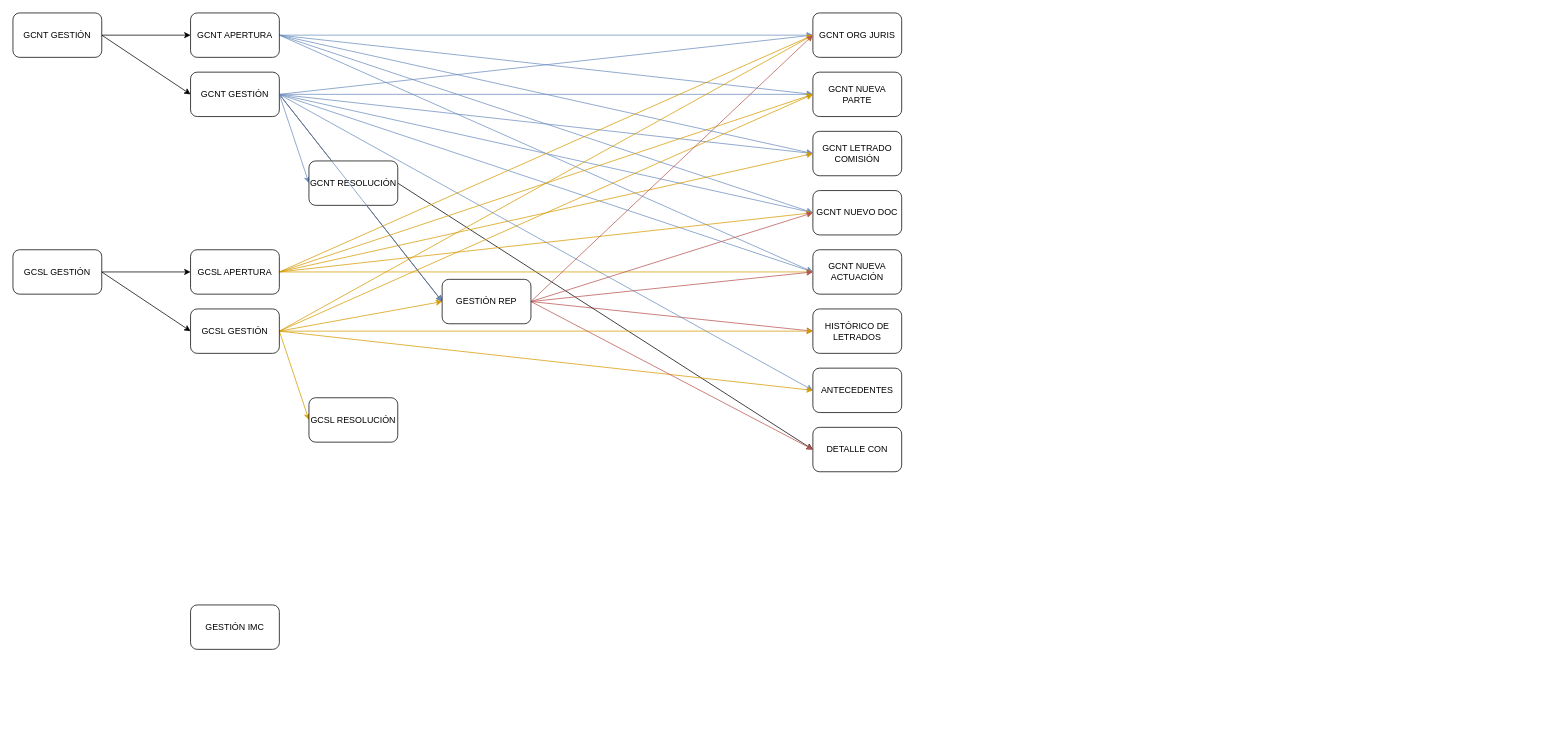
rlop666/diagramas keeps this draw.io diagram as mierdas.drawio. Above is the earlier version. Source tidied: cells renumbered, new cells numbered last; positions are measured from the earlier drawing's top-left corner, leaving out a move shared by most shapes. Both pictures are drawn from the tidied source at 74%, with x=0, y=0 at pixel (13, 13).
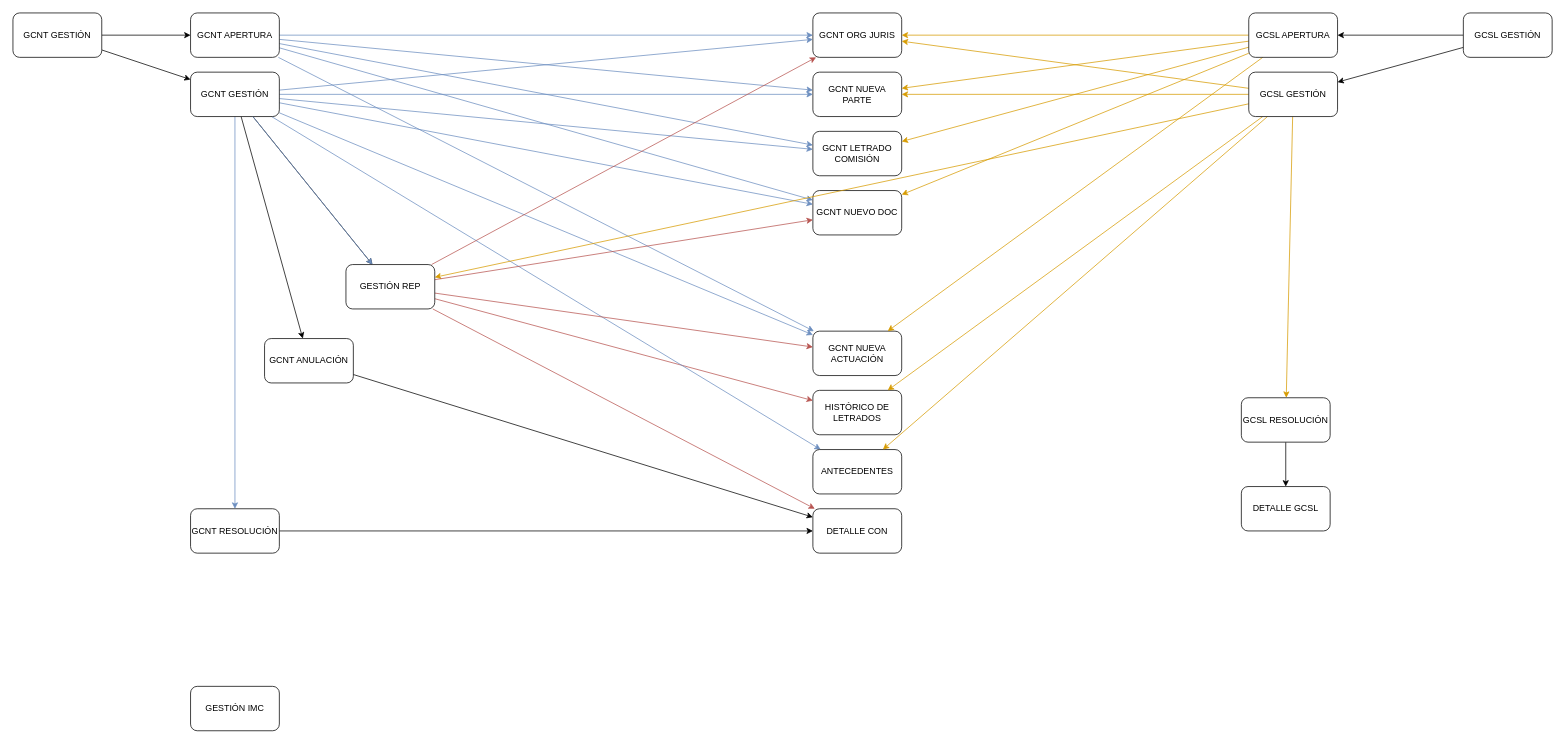
After the change.

The change refers to these unchanged cells:
```xml
<mxCell id="5" value="GCNT GESTIÓN" style="rounded=1;whiteSpace=wrap;html=1;" parent="1" vertex="1">
  <mxGeometry width="120" height="60" as="geometry" />
</mxCell>
<mxCell id="11" value="GCNT APERTURA" style="rounded=1;whiteSpace=wrap;html=1;" parent="1" vertex="1">
  <mxGeometry x="240" width="120" height="60" as="geometry" />
</mxCell>
<mxCell id="12" value="GCNT NUEVA PARTE" style="rounded=1;whiteSpace=wrap;html=1;" parent="1" vertex="1">
  <mxGeometry x="1081" y="80" width="120" height="60" as="geometry" />
</mxCell>
<mxCell id="13" value="GCNT ORG JURIS" style="rounded=1;whiteSpace=wrap;html=1;" parent="1" vertex="1">
  <mxGeometry x="1081" width="120" height="60" as="geometry" />
</mxCell>
<mxCell id="14" value="GCNT LETRADO COMISIÓN" style="rounded=1;whiteSpace=wrap;html=1;" parent="1" vertex="1">
  <mxGeometry x="1081" y="160" width="120" height="60" as="geometry" />
</mxCell>
<mxCell id="15" value="GCNT NUEVO DOC" style="rounded=1;whiteSpace=wrap;html=1;" parent="1" vertex="1">
  <mxGeometry x="1081" y="240" width="120" height="60" as="geometry" />
</mxCell>
<mxCell id="25" value="GCNT GESTIÓN" style="rounded=1;whiteSpace=wrap;html=1;" parent="1" vertex="1">
  <mxGeometry x="240" y="80" width="120" height="60" as="geometry" />
</mxCell>
```

Change to the diagram source:
```diff
@@
-    <mxCell id="2" style="rounded=0;jettySize=auto;html=1;entryX=0;entryY=0.5;entryDx=0;entryDy=0;exitX=1;exitY=0.5;exitDx=0;exitDy=0;" parent="1" edge="1" source="5" target="11">
+    <mxCell id="2" style="rounded=0;jettySize=auto;html=1;" parent="1" edge="1" source="5" target="11">
       <mxGeometry relative="1" as="geometry" />
     </mxCell>
-    <mxCell id="3" style="rounded=0;jettySize=auto;html=1;entryX=0;entryY=0.5;entryDx=0;entryDy=0;exitX=1;exitY=0.5;exitDx=0;exitDy=0;" parent="1" edge="1" source="5" target="25">
+    <mxCell id="3" style="rounded=0;jettySize=auto;html=1;" parent="1" edge="1" source="5" target="25">
       <mxGeometry relative="1" as="geometry" />
     </mxCell>
-    <mxCell id="4" style="rounded=0;jettySize=auto;html=1;exitX=1;exitY=0.5;exitDx=0;exitDy=0;entryX=0;entryY=0.5;entryDx=0;entryDy=0;" parent="1" edge="1" source="25" target="54">
+    <mxCell id="4" style="rounded=0;jettySize=auto;html=1;" parent="1" edge="1" source="25" target="54">
       <mxGeometry relative="1" as="geometry" />
     </mxCell>
@@
-    <mxCell id="6" style="rounded=0;jettySize=auto;html=1;entryX=0;entryY=0.5;entryDx=0;entryDy=0;exitX=1;exitY=0.5;exitDx=0;exitDy=0;fillColor=#dae8fc;strokeColor=#6c8ebf;" parent="1" edge="1" source="11" target="13">
+    <mxCell id="6" style="rounded=0;jettySize=auto;html=1;fillColor=#dae8fc;strokeColor=#6c8ebf;" parent="1" edge="1" source="11" target="13">
       <mxGeometry relative="1" as="geometry" />
     </mxCell>
-    <mxCell id="7" style="rounded=0;jettySize=auto;html=1;entryX=0;entryY=0.5;entryDx=0;entryDy=0;exitX=1;exitY=0.5;exitDx=0;exitDy=0;fillColor=#dae8fc;strokeColor=#6c8ebf;" parent="1" edge="1" source="11" target="12">
+    <mxCell id="7" style="rounded=0;jettySize=auto;html=1;fillColor=#dae8fc;strokeColor=#6c8ebf;" parent="1" edge="1" source="11" target="12">
       <mxGeometry relative="1" as="geometry" />
     </mxCell>
-    <mxCell id="8" style="rounded=0;jettySize=auto;html=1;entryX=0;entryY=0.5;entryDx=0;entryDy=0;exitX=1;exitY=0.5;exitDx=0;exitDy=0;fillColor=#dae8fc;strokeColor=#6c8ebf;" parent="1" edge="1" source="11" target="14">
+    <mxCell id="8" style="rounded=0;jettySize=auto;html=1;fillColor=#dae8fc;strokeColor=#6c8ebf;" parent="1" edge="1" source="11" target="14">
       <mxGeometry relative="1" as="geometry" />
     </mxCell>
-    <mxCell id="9" style="rounded=0;jettySize=auto;html=1;entryX=0;entryY=0.5;entryDx=0;entryDy=0;exitX=1;exitY=0.5;exitDx=0;exitDy=0;fillColor=#dae8fc;strokeColor=#6c8ebf;" parent="1" edge="1" source="11" target="15">
+    <mxCell id="9" style="rounded=0;jettySize=auto;html=1;fillColor=#dae8fc;strokeColor=#6c8ebf;" parent="1" edge="1" source="11" target="15">
       <mxGeometry relative="1" as="geometry" />
     </mxCell>
-    <mxCell id="10" style="rounded=0;jettySize=auto;html=1;entryX=0;entryY=0.5;entryDx=0;entryDy=0;exitX=1;exitY=0.5;exitDx=0;exitDy=0;fillColor=#dae8fc;strokeColor=#6c8ebf;" parent="1" edge="1" source="11" target="16">
+    <mxCell id="10" style="rounded=0;jettySize=auto;html=1;fillColor=#dae8fc;strokeColor=#6c8ebf;" parent="1" edge="1" source="11" target="16">
       <mxGeometry relative="1" as="geometry" />
     </mxCell>
@@
     <mxCell id="16" value="GCNT NUEVA ACTUACIÓN" style="rounded=1;whiteSpace=wrap;html=1;" parent="1" vertex="1">
-      <mxGeometry x="1081" y="320" width="120" height="60" as="geometry" />
+      <mxGeometry x="1081" y="430" width="120" height="60" as="geometry" />
     </mxCell>
-    <mxCell id="17" style="rounded=0;jettySize=auto;html=1;entryX=0;entryY=0.5;entryDx=0;entryDy=0;exitX=1;exitY=0.5;exitDx=0;exitDy=0;fillColor=#dae8fc;strokeColor=#6c8ebf;" parent="1" edge="1" source="25" target="16">
+    <mxCell id="17" style="rounded=0;jettySize=auto;html=1;fillColor=#dae8fc;strokeColor=#6c8ebf;" parent="1" edge="1" source="25" target="16">
       <mxGeometry relative="1" as="geometry" />
     </mxCell>
-    <mxCell id="18" style="rounded=0;jettySize=auto;html=1;entryX=0;entryY=0.5;entryDx=0;entryDy=0;exitX=1;exitY=0.5;exitDx=0;exitDy=0;fillColor=#dae8fc;strokeColor=#6c8ebf;" parent="1" edge="1" source="25" target="15">
+    <mxCell id="18" style="rounded=0;jettySize=auto;html=1;fillColor=#dae8fc;strokeColor=#6c8ebf;" parent="1" edge="1" source="25" target="15">
       <mxGeometry relative="1" as="geometry" />
     </mxCell>
-    <mxCell id="19" style="rounded=0;jettySize=auto;html=1;entryX=0;entryY=0.5;entryDx=0;entryDy=0;exitX=1;exitY=0.5;exitDx=0;exitDy=0;fillColor=#dae8fc;strokeColor=#6c8ebf;" parent="1" edge="1" source="25" target="12">
+    <mxCell id="19" style="rounded=0;jettySize=auto;html=1;fillColor=#dae8fc;strokeColor=#6c8ebf;" parent="1" edge="1" source="25" target="12">
       <mxGeometry relative="1" as="geometry" />
     </mxCell>
-    <mxCell id="20" style="rounded=0;jettySize=auto;html=1;entryX=0;entryY=0.5;entryDx=0;entryDy=0;exitX=1;exitY=0.5;exitDx=0;exitDy=0;fillColor=#dae8fc;strokeColor=#6c8ebf;" parent="1" edge="1" source="25" target="13">
+    <mxCell id="20" style="rounded=0;jettySize=auto;html=1;fillColor=#dae8fc;strokeColor=#6c8ebf;" parent="1" edge="1" source="25" target="13">
       <mxGeometry relative="1" as="geometry" />
     </mxCell>
-    <mxCell id="21" style="rounded=0;jettySize=auto;html=1;entryX=0;entryY=0.5;entryDx=0;entryDy=0;exitX=1;exitY=0.5;exitDx=0;exitDy=0;fillColor=#dae8fc;strokeColor=#6c8ebf;" parent="1" edge="1" source="25" target="14">
+    <mxCell id="21" style="rounded=0;jettySize=auto;html=1;fillColor=#dae8fc;strokeColor=#6c8ebf;" parent="1" edge="1" source="25" target="14">
       <mxGeometry relative="1" as="geometry" />
     </mxCell>
-    <mxCell id="22" style="rounded=0;jettySize=auto;html=1;entryX=0;entryY=0.5;entryDx=0;entryDy=0;exitX=1;exitY=0.5;exitDx=0;exitDy=0;fillColor=#dae8fc;strokeColor=#6c8ebf;" parent="1" edge="1" source="25" target="27">
+    <mxCell id="22" style="rounded=0;jettySize=auto;html=1;fillColor=#dae8fc;strokeColor=#6c8ebf;" parent="1" edge="1" source="25" target="27">
       <mxGeometry relative="1" as="geometry" />
     </mxCell>
-    <mxCell id="23" style="rounded=0;jettySize=auto;html=1;entryX=0;entryY=0.5;entryDx=0;entryDy=0;exitX=1;exitY=0.5;exitDx=0;exitDy=0;fillColor=#f8cecc;strokeColor=#b85450;" parent="1" edge="1" source="54" target="29">
+    <mxCell id="23" style="rounded=0;jettySize=auto;html=1;fillColor=#f8cecc;strokeColor=#b85450;" parent="1" edge="1" source="54" target="29">
       <mxGeometry relative="1" as="geometry" />
     </mxCell>
-    <mxCell id="24" style="rounded=0;jettySize=auto;html=1;entryX=0;entryY=0.5;entryDx=0;entryDy=0;exitX=1;exitY=0.5;exitDx=0;exitDy=0;fillColor=#dae8fc;strokeColor=#6c8ebf;" parent="1" edge="1" source="25" target="30">
+    <mxCell id="24" style="rounded=0;jettySize=auto;html=1;fillColor=#dae8fc;strokeColor=#6c8ebf;" parent="1" edge="1" source="25" target="30">
       <mxGeometry relative="1" as="geometry" />
     </mxCell>
+    <mxCell id="55" style="rounded=0;jettySize=auto;html=1;" parent="1" edge="1" source="25" target="59">
+      <mxGeometry relative="1" as="geometry" />
+    </mxCell>
@@
-    <mxCell id="26" style="rounded=0;jettySize=auto;html=1;entryX=0;entryY=0.5;entryDx=0;entryDy=0;exitX=1;exitY=0.5;exitDx=0;exitDy=0;" parent="1" edge="1" source="27" target="28">
+    <mxCell id="26" style="rounded=0;jettySize=auto;html=1;exitX=1;exitY=0.5;exitDx=0;exitDy=0;" parent="1" edge="1" source="27" target="28">
       <mxGeometry relative="1" as="geometry" />
     </mxCell>
     <mxCell id="27" value="GCNT RESOLUCIÓN" style="rounded=1;whiteSpace=wrap;html=1;" parent="1" vertex="1">
-      <mxGeometry x="400" y="200" width="120" height="60" as="geometry" />
+      <mxGeometry x="240" y="670" width="120" height="60" as="geometry" />
     </mxCell>
     <mxCell id="28" value="DETALLE CON" style="rounded=1;whiteSpace=wrap;html=1;" parent="1" vertex="1">
-      <mxGeometry x="1081" y="560" width="120" height="60" as="geometry" />
+      <mxGeometry x="1081" y="670" width="120" height="60" as="geometry" />
     </mxCell>
     <mxCell id="29" value="HISTÓRICO DE LETRADOS" style="rounded=1;whiteSpace=wrap;html=1;" parent="1" vertex="1">
-      <mxGeometry x="1081" y="400" width="120" height="60" as="geometry" />
+      <mxGeometry x="1081" y="510" width="120" height="60" as="geometry" />
     </mxCell>
     <mxCell id="30" value="ANTECEDENTES" style="rounded=1;whiteSpace=wrap;html=1;" parent="1" vertex="1">
-      <mxGeometry x="1081" y="480" width="120" height="60" as="geometry" />
+      <mxGeometry x="1081" y="590" width="120" height="60" as="geometry" />
     </mxCell>
-    <mxCell id="31" style="rounded=0;jettySize=auto;html=1;entryX=0;entryY=0.5;entryDx=0;entryDy=0;exitX=1;exitY=0.5;exitDx=0;exitDy=0;fillColor=#ffe6cc;strokeColor=#d79b00;" parent="1" edge="1" source="36" target="13">
+    <mxCell id="31" style="rounded=0;jettySize=auto;html=1;fillColor=#ffe6cc;strokeColor=#d79b00;" parent="1" edge="1" source="36" target="13">
       <mxGeometry relative="1" as="geometry" />
     </mxCell>
-    <mxCell id="32" style="rounded=0;jettySize=auto;html=1;entryX=0;entryY=0.5;entryDx=0;entryDy=0;exitX=1;exitY=0.5;exitDx=0;exitDy=0;fillColor=#ffe6cc;strokeColor=#d79b00;" parent="1" edge="1" source="36" target="12">
+    <mxCell id="32" style="rounded=0;jettySize=auto;html=1;fillColor=#ffe6cc;strokeColor=#d79b00;" parent="1" edge="1" source="36" target="12">
       <mxGeometry relative="1" as="geometry" />
     </mxCell>
-    <mxCell id="33" style="rounded=0;jettySize=auto;html=1;entryX=0;entryY=0.5;entryDx=0;entryDy=0;exitX=1;exitY=0.5;exitDx=0;exitDy=0;fillColor=#ffe6cc;strokeColor=#d79b00;" parent="1" edge="1" source="36" target="14">
+    <mxCell id="33" style="rounded=0;jettySize=auto;html=1;fillColor=#ffe6cc;strokeColor=#d79b00;" parent="1" edge="1" source="36" target="14">
       <mxGeometry relative="1" as="geometry" />
     </mxCell>
-    <mxCell id="34" style="rounded=0;jettySize=auto;html=1;entryX=0;entryY=0.5;entryDx=0;entryDy=0;exitX=1;exitY=0.5;exitDx=0;exitDy=0;fillColor=#ffe6cc;strokeColor=#d79b00;" parent="1" edge="1" source="36" target="15">
+    <mxCell id="34" style="rounded=0;jettySize=auto;html=1;fillColor=#ffe6cc;strokeColor=#d79b00;" parent="1" edge="1" source="36" target="15">
       <mxGeometry relative="1" as="geometry" />
     </mxCell>
-    <mxCell id="35" style="rounded=0;jettySize=auto;html=1;entryX=0;entryY=0.5;entryDx=0;entryDy=0;exitX=1;exitY=0.5;exitDx=0;exitDy=0;fillColor=#ffe6cc;strokeColor=#d79b00;" parent="1" edge="1" source="36" target="16">
+    <mxCell id="35" style="rounded=0;jettySize=auto;html=1;fillColor=#ffe6cc;strokeColor=#d79b00;" parent="1" edge="1" source="36" target="16">
       <mxGeometry relative="1" as="geometry" />
     </mxCell>
     <mxCell id="36" value="GCSL APERTURA" style="rounded=1;whiteSpace=wrap;html=1;" parent="1" vertex="1">
-      <mxGeometry x="240" y="320" width="120" height="60" as="geometry" />
+      <mxGeometry x="1670" width="120" height="60" as="geometry" />
     </mxCell>
-    <mxCell id="37" style="rounded=0;jettySize=auto;html=1;entryX=0;entryY=0.5;entryDx=0;entryDy=0;exitX=1;exitY=0.5;exitDx=0;exitDy=0;" parent="1" edge="1" source="40" target="46">
+    <mxCell id="37" style="rounded=0;jettySize=auto;html=1;" parent="1" edge="1" source="40" target="46">
       <mxGeometry relative="1" as="geometry" />
     </mxCell>
-    <mxCell id="38" style="rounded=0;jettySize=auto;html=1;entryX=0;entryY=0.5;entryDx=0;entryDy=0;exitX=1;exitY=0.5;exitDx=0;exitDy=0;" parent="1" edge="1" source="40" target="36">
+    <mxCell id="38" style="rounded=0;jettySize=auto;html=1;" parent="1" edge="1" source="40" target="36">
       <mxGeometry relative="1" as="geometry" />
     </mxCell>
-    <mxCell id="39" style="rounded=0;jettySize=auto;html=1;entryX=0;entryY=0.5;entryDx=0;entryDy=0;exitX=1;exitY=0.5;exitDx=0;exitDy=0;fillColor=#ffe6cc;strokeColor=#d79b00;" parent="1" edge="1" source="46" target="47">
+    <mxCell id="39" style="rounded=0;jettySize=auto;html=1;fillColor=#ffe6cc;strokeColor=#d79b00;" parent="1" edge="1" source="46" target="47">
       <mxGeometry relative="1" as="geometry" />
     </mxCell>
     <mxCell id="40" value="GCSL GESTIÓN" style="rounded=1;whiteSpace=wrap;html=1;" parent="1" vertex="1">
-      <mxGeometry y="320" width="120" height="60" as="geometry" />
+      <mxGeometry x="1960" width="120" height="60" as="geometry" />
     </mxCell>
-    <mxCell id="41" style="rounded=0;jettySize=auto;html=1;entryX=0;entryY=0.5;entryDx=0;entryDy=0;exitX=1;exitY=0.5;exitDx=0;exitDy=0;fillColor=#ffe6cc;strokeColor=#d79b00;" parent="1" edge="1" source="46" target="29">
+    <mxCell id="41" style="rounded=0;jettySize=auto;html=1;fillColor=#ffe6cc;strokeColor=#d79b00;" parent="1" edge="1" source="46" target="29">
       <mxGeometry relative="1" as="geometry" />
     </mxCell>
-    <mxCell id="42" style="rounded=0;jettySize=auto;html=1;entryX=0;entryY=0.5;entryDx=0;entryDy=0;exitX=1;exitY=0.5;exitDx=0;exitDy=0;fillColor=#ffe6cc;strokeColor=#d79b00;" parent="1" edge="1" source="46" target="30">
+    <mxCell id="42" style="rounded=0;jettySize=auto;html=1;fillColor=#ffe6cc;strokeColor=#d79b00;" parent="1" edge="1" source="46" target="30">
       <mxGeometry relative="1" as="geometry" />
     </mxCell>
-    <mxCell id="43" style="rounded=0;jettySize=auto;html=1;exitX=1;exitY=0.5;exitDx=0;exitDy=0;entryX=0;entryY=0.5;entryDx=0;entryDy=0;fillColor=#ffe6cc;strokeColor=#d79b00;" parent="1" edge="1" source="46" target="54">
+    <mxCell id="43" style="rounded=0;jettySize=auto;html=1;fillColor=#ffe6cc;strokeColor=#d79b00;" parent="1" edge="1" source="46" target="54">
       <mxGeometry relative="1" as="geometry" />
     </mxCell>
-    <mxCell id="44" style="rounded=0;jettySize=auto;html=1;exitX=1;exitY=0.5;exitDx=0;exitDy=0;entryX=0;entryY=0.5;entryDx=0;entryDy=0;fillColor=#ffe6cc;strokeColor=#d79b00;" parent="1" edge="1" source="46" target="12">
+    <mxCell id="44" style="rounded=0;jettySize=auto;html=1;fillColor=#ffe6cc;strokeColor=#d79b00;" parent="1" edge="1" source="46" target="12">
       <mxGeometry relative="1" as="geometry" />
     </mxCell>
-    <mxCell id="45" style="rounded=0;jettySize=auto;html=1;exitX=1;exitY=0.5;exitDx=0;exitDy=0;entryX=0;entryY=0.5;entryDx=0;entryDy=0;fillColor=#ffe6cc;strokeColor=#d79b00;" parent="1" edge="1" source="46" target="13">
+    <mxCell id="45" style="rounded=0;jettySize=auto;html=1;fillColor=#ffe6cc;strokeColor=#d79b00;" parent="1" edge="1" source="46" target="13">
       <mxGeometry relative="1" as="geometry" />
     </mxCell>
     <mxCell id="46" value="GCSL GESTIÓN" style="rounded=1;whiteSpace=wrap;html=1;" parent="1" vertex="1">
-      <mxGeometry x="240" y="400" width="120" height="60" as="geometry" />
+      <mxGeometry x="1670" y="80" width="120" height="60" as="geometry" />
     </mxCell>
+    <mxCell id="56" style="rounded=0;jettySize=auto;html=1;" parent="1" edge="1" source="47" target="57">
+      <mxGeometry relative="1" as="geometry" />
+    </mxCell>
     <mxCell id="47" value="GCSL RESOLUCIÓN" style="rounded=1;whiteSpace=wrap;html=1;" parent="1" vertex="1">
-      <mxGeometry x="400" y="520" width="120" height="60" as="geometry" />
+      <mxGeometry x="1660" y="520" width="120" height="60" as="geometry" />
     </mxCell>
-    <mxCell id="48" style="rounded=0;jettySize=auto;html=1;entryX=0;entryY=0.5;entryDx=0;entryDy=0;exitX=1;exitY=0.5;exitDx=0;exitDy=0;fillColor=#f8cecc;strokeColor=#b85450;" parent="1" edge="1" source="54" target="15">
+    <mxCell id="48" style="rounded=0;jettySize=auto;html=1;fillColor=#f8cecc;strokeColor=#b85450;" parent="1" edge="1" source="54" target="15">
       <mxGeometry relative="1" as="geometry" />
     </mxCell>
-    <mxCell id="49" style="rounded=0;jettySize=auto;html=1;entryX=0;entryY=0.5;entryDx=0;entryDy=0;exitX=1;exitY=0.5;exitDx=0;exitDy=0;fillColor=#f8cecc;strokeColor=#b85450;" parent="1" edge="1" source="54" target="16">
+    <mxCell id="49" style="rounded=0;jettySize=auto;html=1;fillColor=#f8cecc;strokeColor=#b85450;" parent="1" edge="1" source="54" target="16">
       <mxGeometry relative="1" as="geometry" />
     </mxCell>
-    <mxCell id="50" style="rounded=0;jettySize=auto;html=1;entryX=0;entryY=0.5;entryDx=0;entryDy=0;exitX=1;exitY=0.5;exitDx=0;exitDy=0;fillColor=#f8cecc;strokeColor=#b85450;" parent="1" edge="1" source="54" target="28">
+    <mxCell id="50" style="rounded=0;jettySize=auto;html=1;fillColor=#f8cecc;strokeColor=#b85450;" parent="1" edge="1" source="54" target="28">
       <mxGeometry relative="1" as="geometry" />
     </mxCell>
-    <mxCell id="51" style="rounded=0;jettySize=auto;html=1;entryX=0;entryY=0.5;entryDx=0;entryDy=0;exitX=1;exitY=0.5;exitDx=0;exitDy=0;fillColor=#f8cecc;strokeColor=#b85450;" parent="1" edge="1" source="54" target="13">
+    <mxCell id="51" style="rounded=0;jettySize=auto;html=1;fillColor=#f8cecc;strokeColor=#b85450;" parent="1" edge="1" source="54" target="13">
       <mxGeometry relative="1" as="geometry" />
     </mxCell>
     <mxCell id="52" value="GESTIÓN IMC" style="rounded=1;whiteSpace=wrap;html=1;" parent="1" vertex="1">
-      <mxGeometry x="240" y="800" width="120" height="60" as="geometry" />
+      <mxGeometry x="240" y="910" width="120" height="60" as="geometry" />
     </mxCell>
-    <mxCell id="53" style="rounded=0;jettySize=auto;html=1;entryX=0;entryY=0.5;entryDx=0;entryDy=0;exitX=1;exitY=0.5;exitDx=0;exitDy=0;fillColor=#dae8fc;strokeColor=#6c8ebf;" parent="1" edge="1" source="25" target="54">
+    <mxCell id="53" style="rounded=0;jettySize=auto;html=1;fillColor=#dae8fc;strokeColor=#6c8ebf;" parent="1" edge="1" source="25" target="54">
       <mxGeometry relative="1" as="geometry" />
     </mxCell>
     <mxCell id="54" value="GESTIÓN REP" style="rounded=1;whiteSpace=wrap;html=1;" parent="1" vertex="1">
-      <mxGeometry x="580" y="360" width="120" height="60" as="geometry" />
+      <mxGeometry x="450" y="340" width="120" height="60" as="geometry" />
     </mxCell>
+    <mxCell id="57" value="DETALLE GCSL" style="rounded=1;whiteSpace=wrap;html=1;" parent="1" vertex="1">
+      <mxGeometry x="1660" y="640" width="120" height="60" as="geometry" />
+    </mxCell>
+    <mxCell id="58" style="rounded=0;jettySize=auto;html=1;" parent="1" edge="1" source="59" target="28">
+      <mxGeometry relative="1" as="geometry" />
+    </mxCell>
+    <mxCell id="59" value="GCNT ANULACIÓN" style="rounded=1;whiteSpace=wrap;html=1;" parent="1" vertex="1">
+      <mxGeometry x="340" y="440" width="120" height="60" as="geometry" />
+    </mxCell>
```
